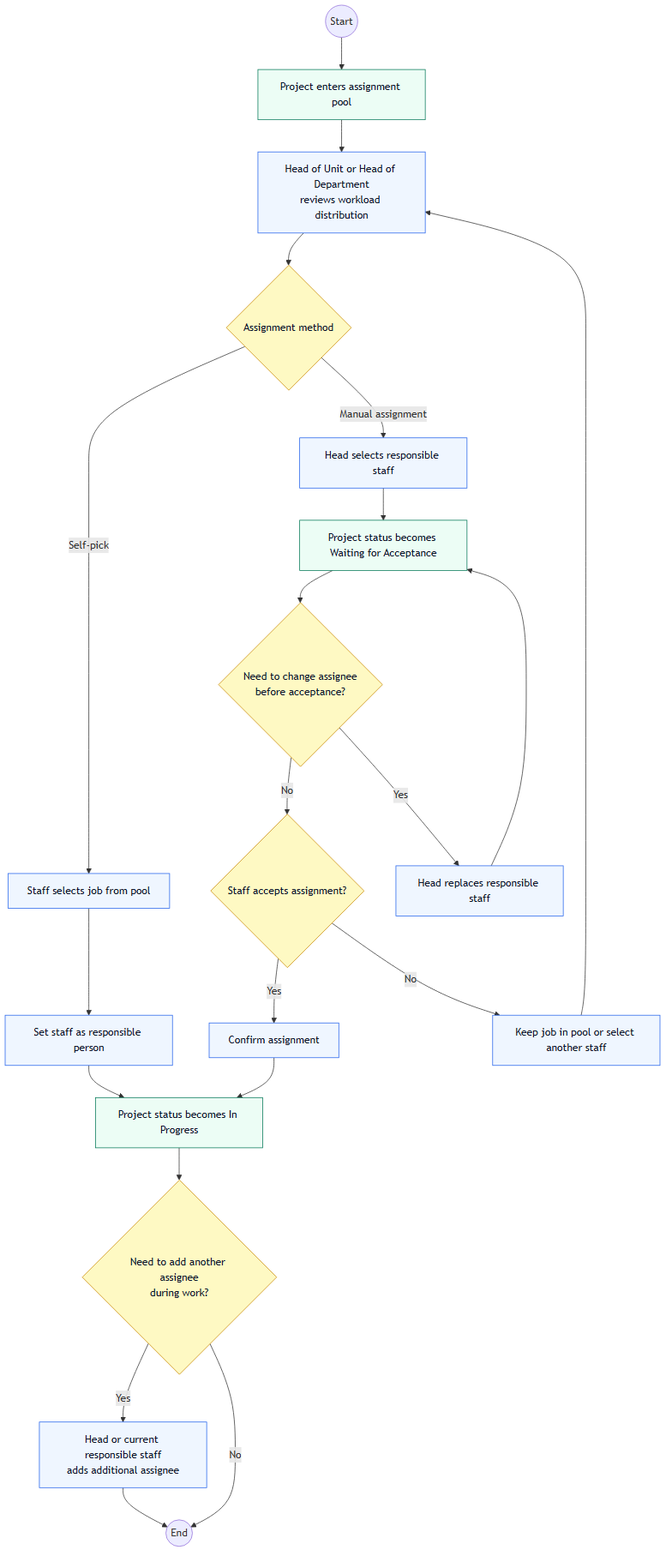
capmoo-capstone/report keeps this Mermaid diagram as report-diagrams/04-job-assignment-activity.png. Above is the earlier version. Its source is kept beside it as report-diagrams/04-job-assignment-activity.mmd.
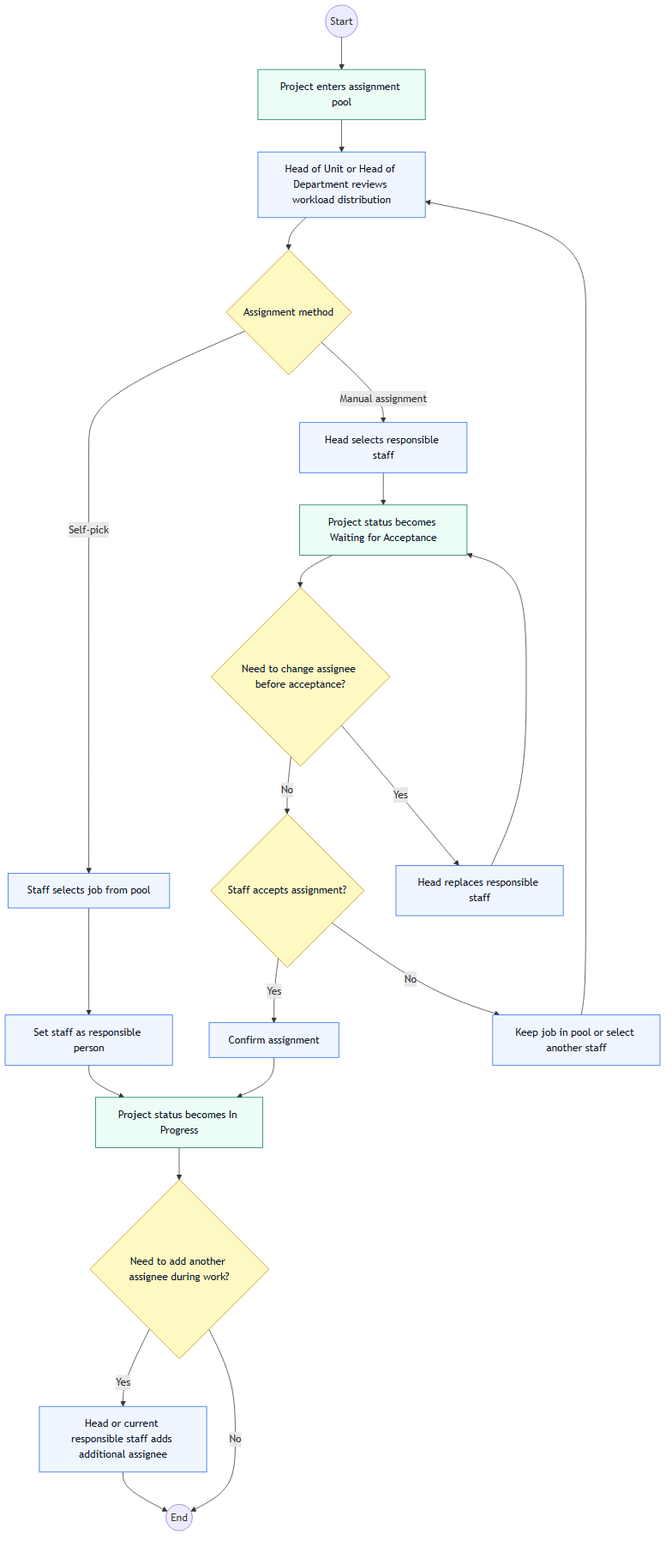
The same file after the commit.

Diff of the diagram source:
```diff
@@ -5,7 +5,7 @@
 
     Start((Start))
     Created["Project enters assignment pool"]:::state
-    Workload["Head of Unit or Head of Department\nreviews workload distribution"]:::action
+    Workload["Head of Unit or Head of Department reviews workload distribution"]:::action
     Method{"Assignment method"}:::decision
 
     SelfPick["Staff selects job from pool"]:::action
@@ -18,11 +18,11 @@
     Confirm["Confirm assignment"]:::action
     Decline["Keep job in pool or select another staff"]:::action
 
-    ChangeNeed{"Need to change assignee\nbefore acceptance?"}:::decision
+    ChangeNeed{"Need to change assignee before acceptance?"}:::decision
     ChangeOwner["Head replaces responsible staff"]:::action
 
-    AddNeed{"Need to add another assignee\nduring work?"}:::decision
-    AddOwner["Head or current responsible staff\nadds additional assignee"]:::action
+    AddNeed{"Need to add another assignee during work?"}:::decision
+    AddOwner["Head or current responsible staff adds additional assignee"]:::action
 
     End((End))
 
```
